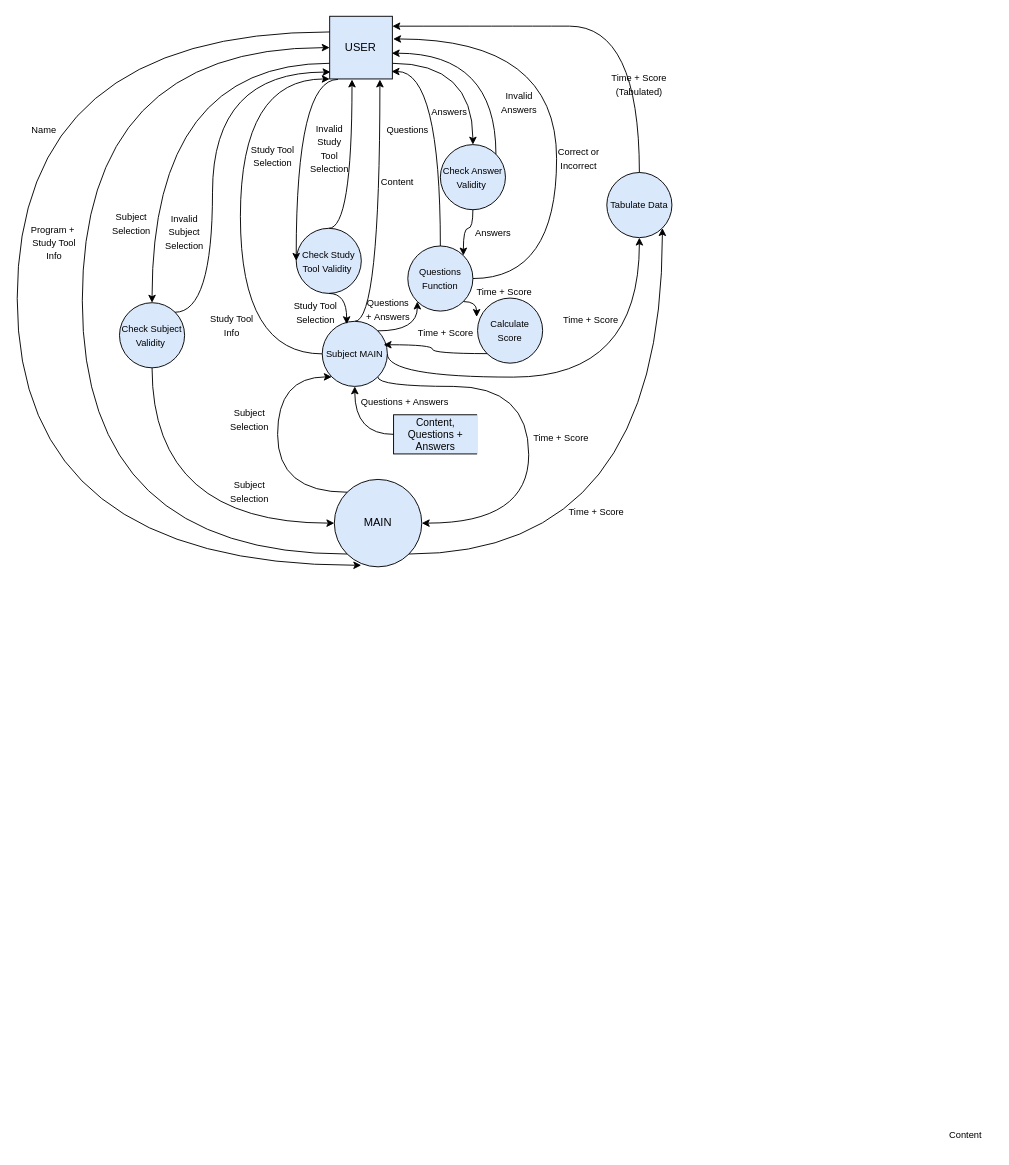
This is Assessment-Task-1/Data Flow Diagram.drawio from NettleL/AImino, a draw.io file, before an edit. Source tidied: cells renumbered, new cells numbered last; positions are measured from the earlier drawing's top-left corner, leaving out a move shared by most shapes. Both pictures are drawn from the tidied source at 93%, with x=0, y=0 at pixel (16, 16).
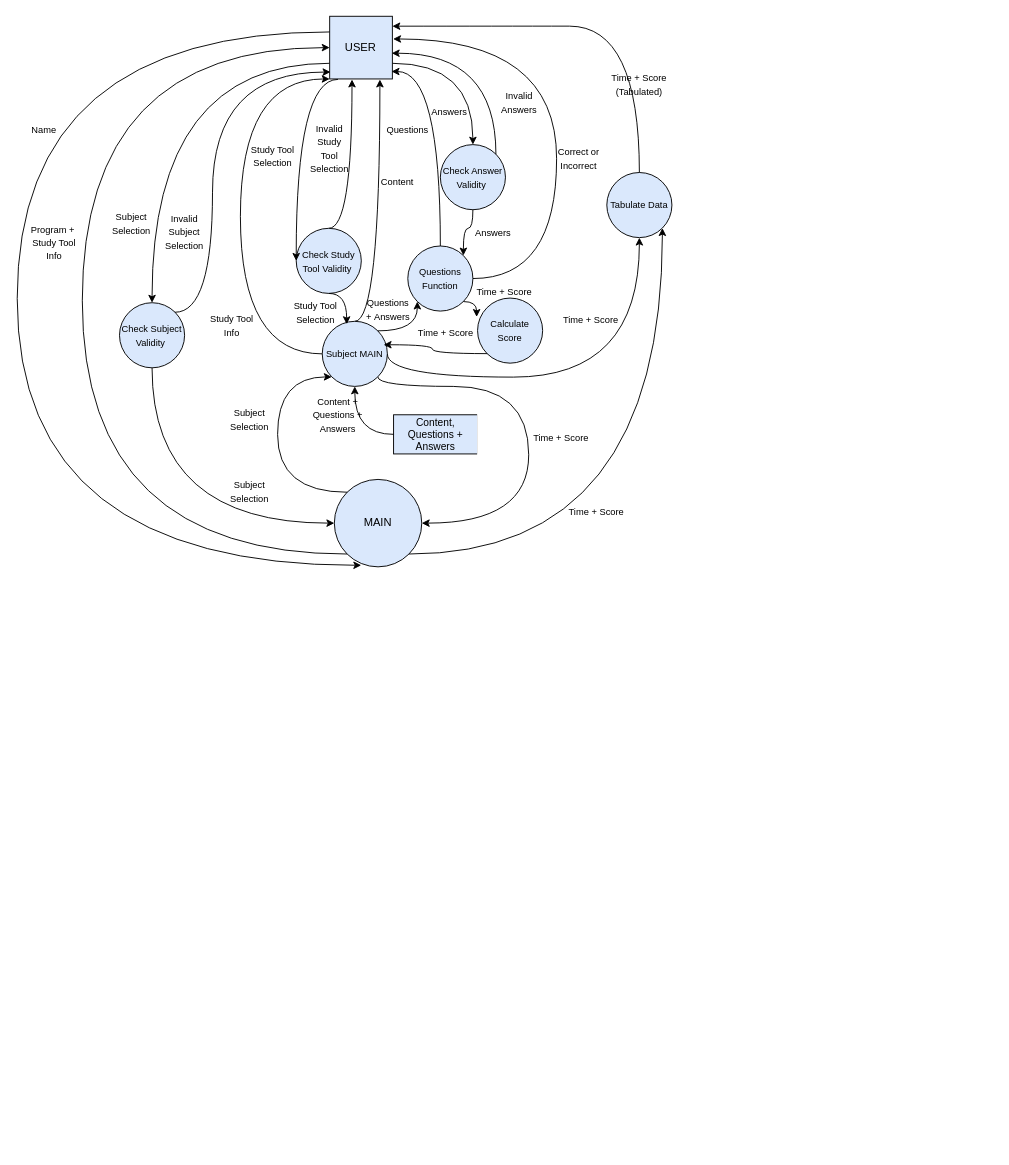
After the change.

The change refers to these unchanged cells:
```xml
<mxCell id="15" style="group;" parent="1" vertex="1">
  <mxGeometry x="405.7" y="418" width="120.6" height="63.1" as="geometry" />
</mxCell>
```

What changed in the source:
```diff
@@
-    <mxCell id="18" value="&lt;span style=&quot;font-size: 10px;&quot;&gt;Questions + Answers&lt;/span&gt;" style="text;html=1;align=center;verticalAlign=middle;whiteSpace=wrap;rounded=0;" parent="15" vertex="1">
-      <mxGeometry x="-36.7" y="-19.5" width="98" height="30" as="geometry" />
-    </mxCell>
@@
-    <mxCell id="37" value="&lt;span style=&quot;font-size: 10px;&quot;&gt;Content&lt;/span&gt;" style="text;html=1;align=center;verticalAlign=middle;whiteSpace=wrap;rounded=0;" parent="1" vertex="1">
-      <mxGeometry x="991" y="1188" width="60" height="30" as="geometry" />
+    <mxCell id="37" value="&lt;span style=&quot;font-size: 10px;&quot;&gt;Content + Questions + Answers&lt;/span&gt;" style="text;html=1;align=center;verticalAlign=middle;whiteSpace=wrap;rounded=0;" parent="1" vertex="1">
+      <mxGeometry x="316" y="413.1" width="60" height="30" as="geometry" />
     </mxCell>
```
